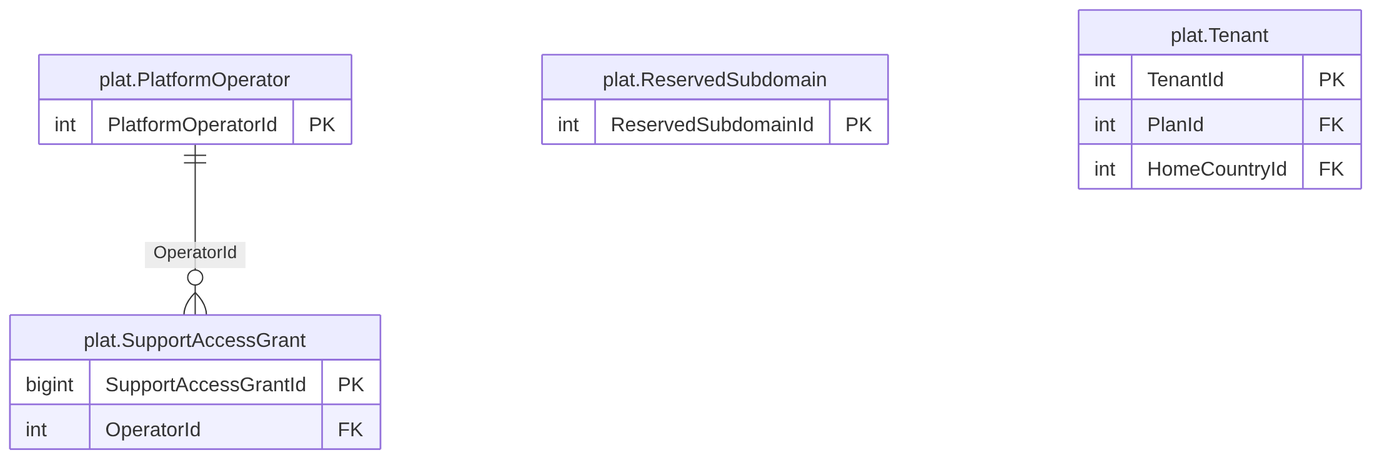
Earlier version of the Mermaid export treasury-platform/docs/diagrams/erd/m0_tenancy_2.png (thawrasy/smartlines). Its source is kept beside it as treasury-platform/docs/diagrams/erd/m0_tenancy_2.mmd.
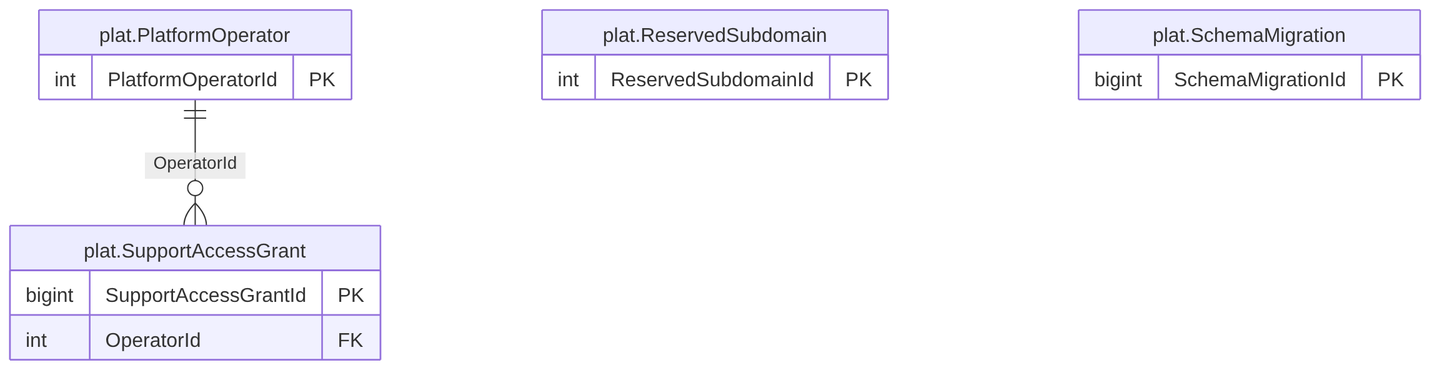
After the commit.

The edit, as a diff of the source:
```diff
@@ -5,13 +5,11 @@
   plat_ReservedSubdomain["plat.ReservedSubdomain"] {
     int ReservedSubdomainId PK
   }
+  plat_SchemaMigration["plat.SchemaMigration"] {
+    bigint SchemaMigrationId PK
+  }
   plat_SupportAccessGrant["plat.SupportAccessGrant"] {
     bigint SupportAccessGrantId PK
     int OperatorId FK
   }
-  plat_Tenant["plat.Tenant"] {
-    int TenantId PK
-    int PlanId FK
-    int HomeCountryId FK
-  }
   plat_PlatformOperator ||--o{ plat_SupportAccessGrant : "OperatorId"
```
